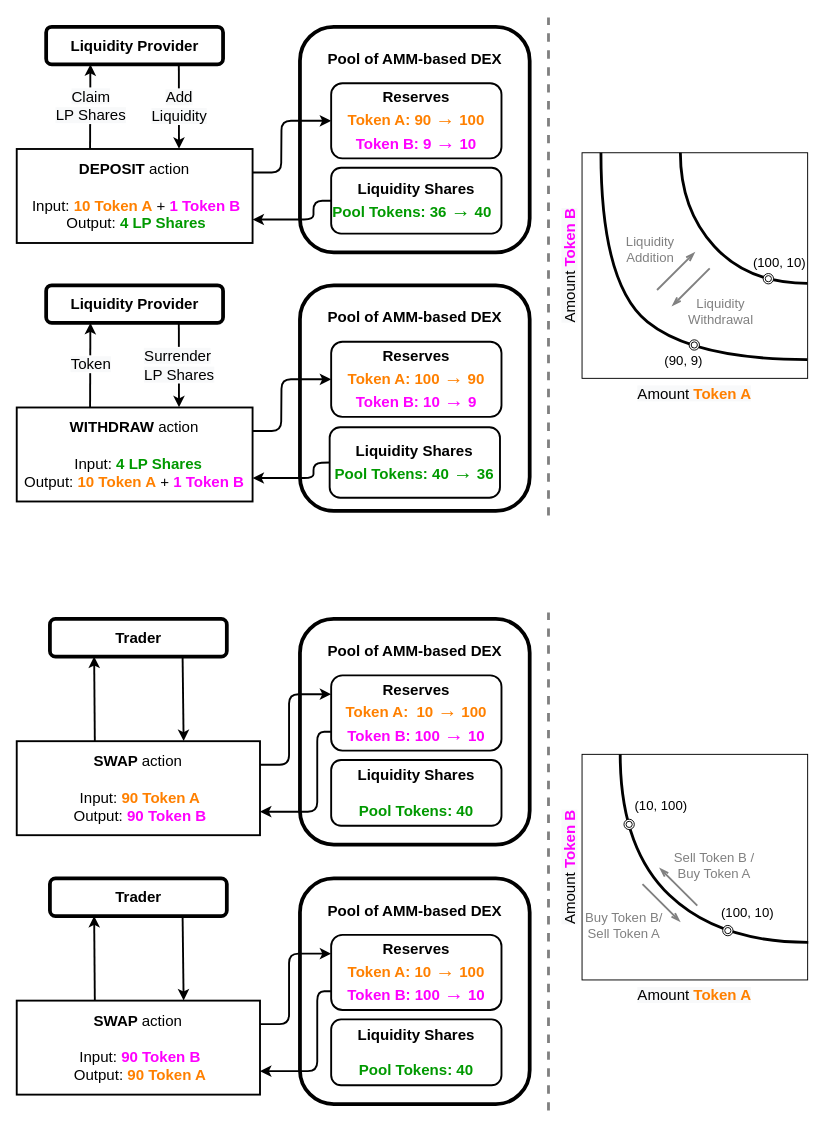
The draw.io diagram page "Page-2" (2 of 2) of assets/AMM mechanism.drawio in xujiahuayz/bondingcurves, before the edit. Source tidied: cells renumbered, new cells numbered last; positions are measured from the earlier drawing's top-left corner, leaving out a move shared by most shapes. Both pictures are drawn from the tidied source at 94%, with x=0, y=0 at pixel (16, 17).
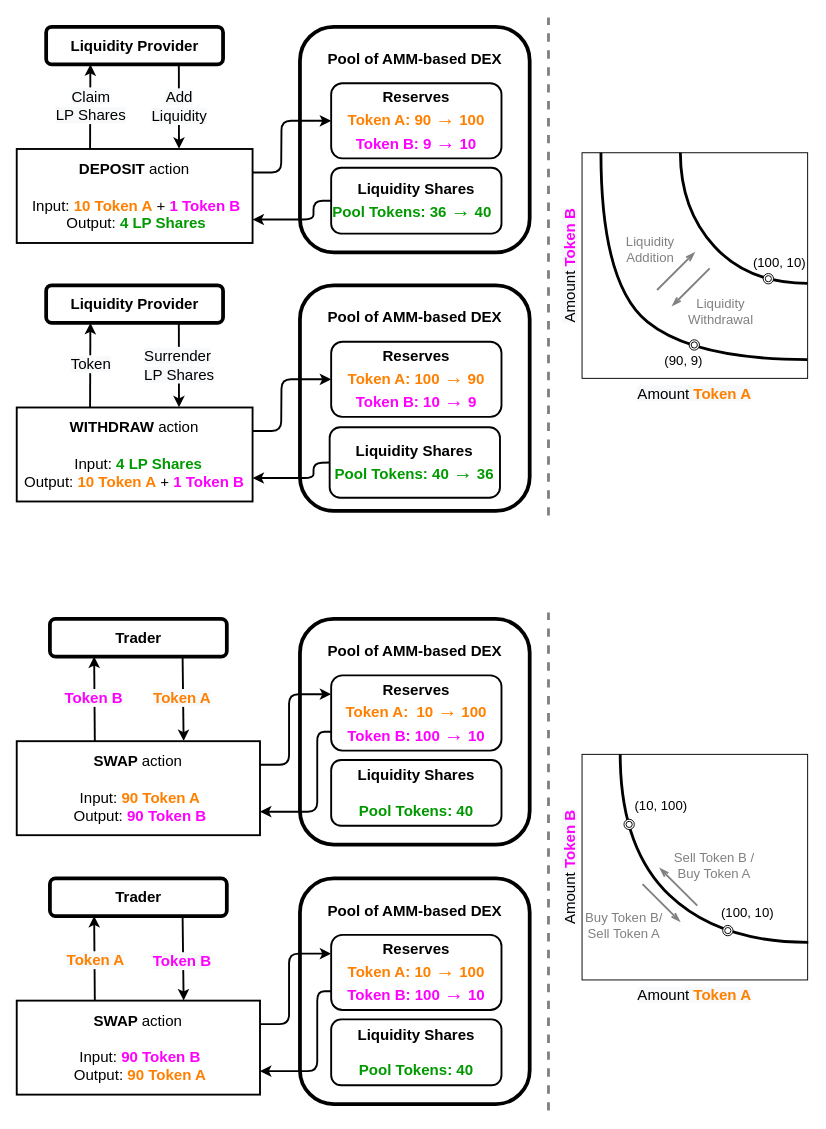
Above is the later version.

The change refers to these unchanged cells:
```xml
<mxCell id="17" style="endArrow=classic;html=1;rounded=0;fontSize=16;strokeWidth=2;entryX=0.25;entryY=1;entryDx=0;entryDy=0;exitX=0.321;exitY=-0.002;exitDx=0;exitDy=0;exitPerimeter=0;" parent="1" edge="1" source="16" target="15">
  <mxGeometry relative="1" as="geometry" />
</mxCell>
<mxCell id="18" style="endArrow=classic;html=1;rounded=0;fontSize=16;strokeWidth=2;entryX=0.686;entryY=-0.002;entryDx=0;entryDy=0;exitX=0.75;exitY=1;exitDx=0;exitDy=0;entryPerimeter=0;" parent="1" edge="1" source="15" target="16">
  <mxGeometry relative="1" as="geometry" />
</mxCell>
<mxCell id="59" style="endArrow=classic;html=1;rounded=0;fontSize=16;strokeWidth=2;entryX=0.25;entryY=1;entryDx=0;entryDy=0;exitX=0.321;exitY=-0.002;exitDx=0;exitDy=0;exitPerimeter=0;" parent="1" edge="1" source="58" target="57">
  <mxGeometry relative="1" as="geometry" />
</mxCell>
<mxCell id="60" style="endArrow=classic;html=1;rounded=0;fontSize=16;strokeWidth=2;entryX=0.686;entryY=-0.002;entryDx=0;entryDy=0;exitX=0.75;exitY=1;exitDx=0;exitDy=0;entryPerimeter=0;" parent="1" edge="1" source="57" target="58">
  <mxGeometry relative="1" as="geometry" />
</mxCell>
```

The edit, as a diff of the source:
```diff
@@
+    <mxCell id="67" value="&lt;b style=&quot;color: rgb(255 , 0 , 255) ; font-size: 16px ; text-align: left ; background-color: rgb(248 , 249 , 250)&quot;&gt;Token B&lt;/b&gt;" style="edgeLabel;html=1;align=center;verticalAlign=middle;fontColor=#FF8000;" parent="17" vertex="1">
+      <mxGeometry x="0.02" y="-3" relative="1" as="geometry">
+        <mxPoint x="-5" as="offset" />
+      </mxGeometry>
+    </mxCell>
@@
+    <mxCell id="68" value="&lt;b style=&quot;font-size: 16px ; text-align: left ; background-color: rgb(248 , 249 , 250)&quot;&gt;Token A&lt;/b&gt;" style="edgeLabel;html=1;align=center;verticalAlign=middle;fontColor=#FF8000;" parent="18" vertex="1">
+      <mxGeometry x="-0.2" y="-2" relative="1" as="geometry">
+        <mxPoint y="7" as="offset" />
+      </mxGeometry>
+    </mxCell>
@@
+    <mxCell id="69" value="&lt;b style=&quot;font-size: 16px ; text-align: left ; background-color: rgb(248 , 249 , 250)&quot;&gt;Token A&lt;/b&gt;" style="edgeLabel;html=1;align=center;verticalAlign=middle;fontColor=#FF8000;" parent="59" vertex="1">
+      <mxGeometry x="-0.05" y="-3" relative="1" as="geometry">
+        <mxPoint x="-3" as="offset" />
+      </mxGeometry>
+    </mxCell>
@@
+    <mxCell id="70" value="&lt;b style=&quot;color: rgb(0 , 0 , 0) ; font-size: 16px ; text-align: left ; background-color: rgb(248 , 249 , 250)&quot;&gt;&lt;font color=&quot;#ff00ff&quot;&gt;Token B&lt;/font&gt;&lt;/b&gt;" style="edgeLabel;html=1;align=center;verticalAlign=middle;fontColor=#FF8000;" parent="60" vertex="1">
+      <mxGeometry x="-0.07" y="-2" relative="1" as="geometry">
+        <mxPoint y="5" as="offset" />
+      </mxGeometry>
+    </mxCell>
```
